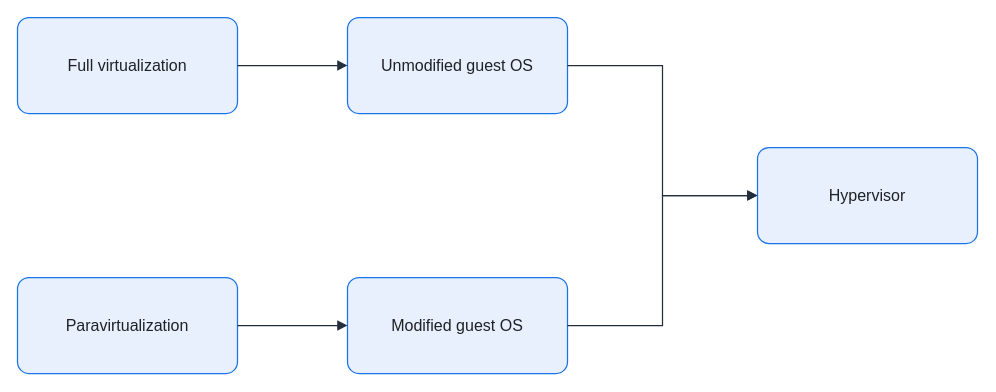
KKamJi98/kkamji98.github.io keeps this draw.io diagram as assets/img/virtualization/full-para-virtualization.drawio. Above is the earlier version. Source tidied: cells renumbered, new cells numbered last; positions are measured from the earlier drawing's top-left corner, leaving out a move shared by most shapes. Both pictures are drawn from the tidied source at 100%, with x=0, y=0 at pixel (17, 17).
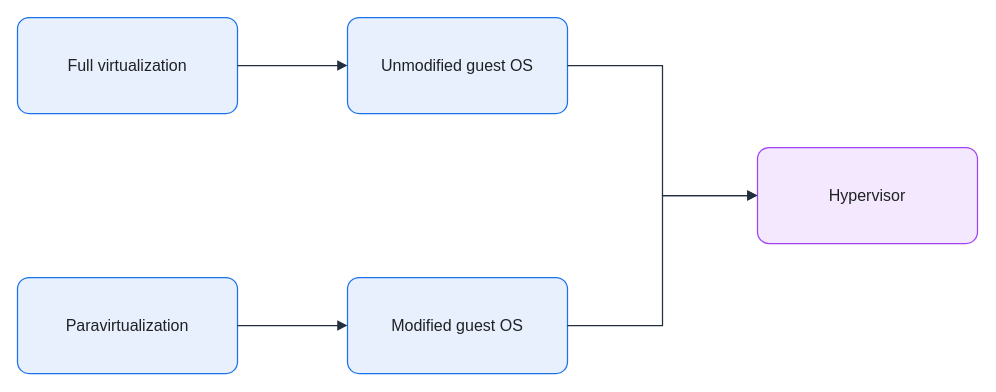
After the change.

The edit, as a diff of the source:
```diff
@@
 <mxGraphModel background="#FFFFFF">
   <root>
     <mxCell id="0" />
     <mxCell id="1" parent="0" />
     <mxCell id="2" value="Full virtualization" style="rounded=1;arcSize=12;whiteSpace=wrap;html=0;fillColor=#E8F0FE;strokeColor=#1A73E8;strokeWidth=1.25;fontColor=#202124;fontSize=16;align=center;verticalAlign=middle;spacing=8;shadow=0;" parent="1" vertex="1">
       <mxGeometry width="220" height="96" as="geometry" />
     </mxCell>
     <mxCell id="3" value="Unmodified guest OS" style="rounded=1;arcSize=12;whiteSpace=wrap;html=0;fillColor=#E8F0FE;strokeColor=#1A73E8;strokeWidth=1.25;fontColor=#202124;fontSize=16;align=center;verticalAlign=middle;spacing=8;shadow=0;" parent="1" vertex="1">
       <mxGeometry x="330" width="220" height="96" as="geometry" />
     </mxCell>
     <mxCell id="4" value="Paravirtualization" style="rounded=1;arcSize=12;whiteSpace=wrap;html=0;fillColor=#E8F0FE;strokeColor=#1A73E8;strokeWidth=1.25;fontColor=#202124;fontSize=16;align=center;verticalAlign=middle;spacing=8;shadow=0;" parent="1" vertex="1">
       <mxGeometry y="260" width="220" height="96" as="geometry" />
     </mxCell>
     <mxCell id="5" value="Modified guest OS" style="rounded=1;arcSize=12;whiteSpace=wrap;html=0;fillColor=#E8F0FE;strokeColor=#1A73E8;strokeWidth=1.25;fontColor=#202124;fontSize=16;align=center;verticalAlign=middle;spacing=8;shadow=0;" parent="1" vertex="1">
       <mxGeometry x="330" y="260" width="220" height="96" as="geometry" />
     </mxCell>
-    <mxCell id="6" value="Hypervisor" style="rounded=1;arcSize=12;whiteSpace=wrap;html=0;fillColor=#E8F0FE;strokeColor=#1A73E8;strokeWidth=1.25;fontColor=#202124;fontSize=16;align=center;verticalAlign=middle;spacing=8;shadow=0;" parent="1" vertex="1">
+    <mxCell id="6" value="Hypervisor" style="rounded=1;arcSize=12;whiteSpace=wrap;html=0;fillColor=#F3E8FD;strokeColor=#A142F4;strokeWidth=1.25;fontColor=#202124;fontSize=16;align=center;verticalAlign=middle;spacing=8;shadow=0;" parent="1" vertex="1">
       <mxGeometry x="740" y="130" width="220" height="96" as="geometry" />
     </mxCell>
     <mxCell id="7" style="edgeStyle=orthogonalEdgeStyle;rounded=0;jettySize=auto;html=0;endArrow=block;endFill=1;strokeColor=#232F3E;strokeWidth=1.25;fontColor=#202124;labelBackgroundColor=none;exitX=1;exitY=0.5;exitDx=0;exitDy=0;entryX=0;entryY=0.5;entryDx=0;entryDy=0;endSize=7;" parent="1" edge="1" source="2" target="3">
       <mxGeometry relative="1" as="geometry" />
     </mxCell>
     <mxCell id="8" style="edgeStyle=orthogonalEdgeStyle;rounded=0;jettySize=auto;html=0;endArrow=block;endFill=1;strokeColor=#232F3E;strokeWidth=1.25;fontColor=#202124;labelBackgroundColor=none;exitX=1;exitY=0.5;exitDx=0;exitDy=0;entryX=0;entryY=0.5;entryDx=0;entryDy=0;endSize=7;" parent="1" edge="1" source="4" target="5">
       <mxGeometry relative="1" as="geometry" />
     </mxCell>
     <mxCell id="9" style="edgeStyle=orthogonalEdgeStyle;rounded=0;jettySize=auto;html=0;endArrow=block;endFill=1;strokeColor=#232F3E;strokeWidth=1.25;fontColor=#202124;labelBackgroundColor=none;exitX=1;exitY=0.5;exitDx=0;exitDy=0;entryX=0;entryY=0.5;entryDx=0;entryDy=0;endSize=7;" parent="1" edge="1" source="3" target="6">
       <mxGeometry relative="1" as="geometry" />
     </mxCell>
     <mxCell id="10" style="edgeStyle=orthogonalEdgeStyle;rounded=0;jettySize=auto;html=0;endArrow=block;endFill=1;strokeColor=#232F3E;strokeWidth=1.25;fontColor=#202124;labelBackgroundColor=none;exitX=1;exitY=0.5;exitDx=0;exitDy=0;entryX=0;entryY=0.5;entryDx=0;entryDy=0;endSize=7;" parent="1" edge="1" source="5" target="6">
       <mxGeometry relative="1" as="geometry" />
     </mxCell>
   </root>
 </mxGraphModel>
```
